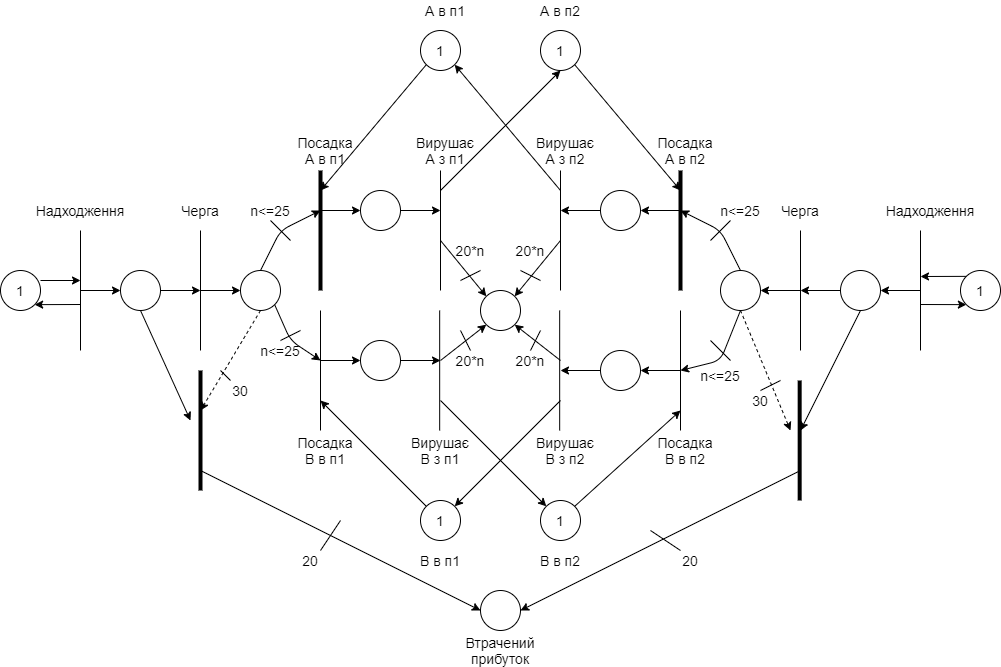
Earlier version of the draw.io export микроавтобусы.png (ojdmytruk/SystemModeling_sem7). Source tidied: cells renumbered, new cells last; positions are measured from the earlier drawing's top-left corner, leaving out a move shared by most shapes.
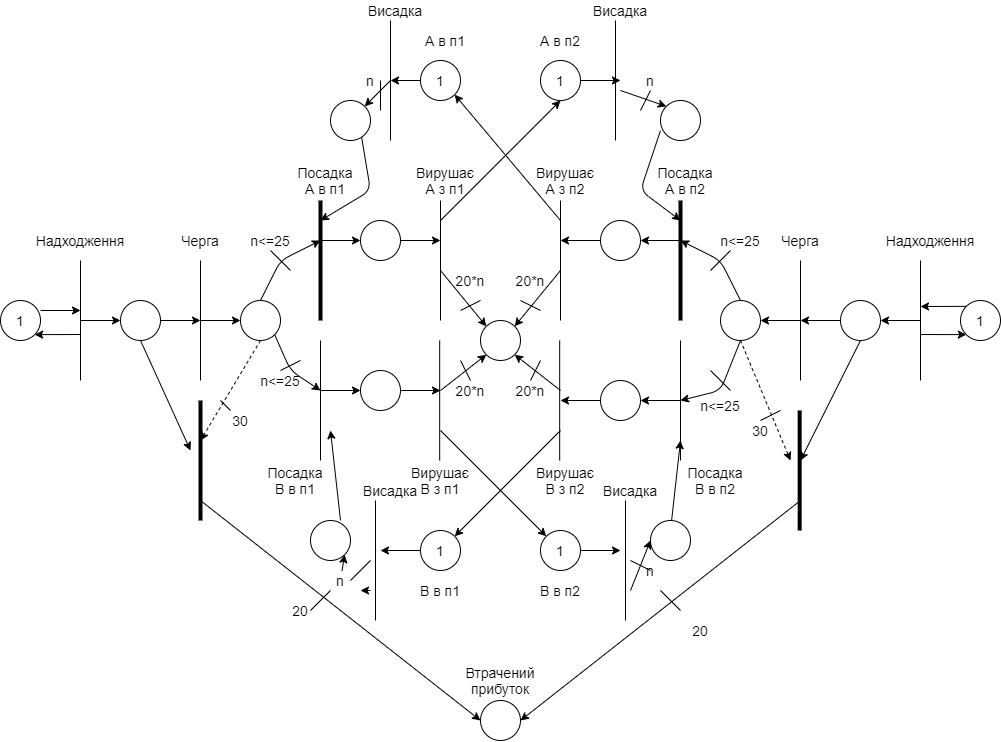
The same diagram one commit later.

Change to the diagram source:
```diff
@@ -139,7 +139,7 @@
       <mxGeometry x="300" y="140" width="50" height="20" as="geometry" />
     </mxCell>
     <mxCell id="29" value="&lt;font style=&quot;font-size: 14px&quot;&gt;Посадка В в п1&lt;/font&gt;" style="text;html=1;strokeColor=none;fillColor=none;align=center;verticalAlign=middle;whiteSpace=wrap;rounded=0;" parent="1" vertex="1">
-      <mxGeometry x="300" y="440" width="50" height="20" as="geometry" />
+      <mxGeometry x="270" y="440" width="50" height="20" as="geometry" />
     </mxCell>
     <mxCell id="30" value="&lt;font style=&quot;font-size: 14px&quot;&gt;Черга&lt;/font&gt;" style="text;html=1;strokeColor=none;fillColor=none;align=center;verticalAlign=middle;whiteSpace=wrap;rounded=0;" parent="1" vertex="1">
       <mxGeometry x="180" y="200" width="40" height="20" as="geometry" />
@@ -206,7 +206,7 @@
       </mxGeometry>
     </mxCell>
     <mxCell id="44" value="&lt;font style=&quot;font-size: 14px&quot;&gt;Посадка В в п2&lt;/font&gt;" style="text;html=1;strokeColor=none;fillColor=none;align=center;verticalAlign=middle;whiteSpace=wrap;rounded=0;" parent="1" vertex="1">
-      <mxGeometry x="660" y="440" width="50" height="20" as="geometry" />
+      <mxGeometry x="690" y="440" width="50" height="20" as="geometry" />
     </mxCell>
     <mxCell id="45" style="endArrow=classic;html=1;strokeWidth=1;exitX=0.5;exitY=1;exitDx=0;exitDy=0;" parent="1" edge="1" source="41">
       <mxGeometry relative="1" as="geometry">
@@ -245,21 +245,11 @@
         <mxPoint x="440" y="190" as="sourcePoint" />
       </mxGeometry>
     </mxCell>
-    <mxCell id="53" style="endArrow=classic;html=1;strokeWidth=1;exitX=1;exitY=1;exitDx=0;exitDy=0;" parent="1" edge="1" source="50">
-      <mxGeometry relative="1" as="geometry">
-        <mxPoint x="680" y="190" as="targetPoint" />
-      </mxGeometry>
-    </mxCell>
     <mxCell id="54" style="endArrow=classic;html=1;strokeWidth=1;entryX=1;entryY=1;entryDx=0;entryDy=0;" parent="1" edge="1" target="51">
       <mxGeometry relative="1" as="geometry">
         <mxPoint x="560" y="190" as="sourcePoint" />
       </mxGeometry>
     </mxCell>
-    <mxCell id="55" style="endArrow=classic;html=1;strokeWidth=1;exitX=0;exitY=1;exitDx=0;exitDy=0;" parent="1" edge="1" source="51">
-      <mxGeometry relative="1" as="geometry">
-        <mxPoint x="320" y="190" as="targetPoint" />
-      </mxGeometry>
-    </mxCell>
     <mxCell id="56" style="endArrow=none;html=1;" parent="1" edge="1">
       <mxGeometry relative="1" as="geometry">
         <mxPoint x="800" y="350" as="sourcePoint" />
@@ -406,21 +396,11 @@
         <mxPoint x="440" y="400" as="sourcePoint" />
       </mxGeometry>
     </mxCell>
-    <mxCell id="89" style="endArrow=classic;html=1;strokeWidth=1;exitX=1;exitY=0;exitDx=0;exitDy=0;" parent="1" edge="1" source="84">
-      <mxGeometry relative="1" as="geometry">
-        <mxPoint x="680" y="410" as="targetPoint" />
-      </mxGeometry>
-    </mxCell>
     <mxCell id="90" style="endArrow=classic;html=1;strokeWidth=1;entryX=1;entryY=0;entryDx=0;entryDy=0;" parent="1" edge="1" target="85">
       <mxGeometry relative="1" as="geometry">
         <mxPoint x="560" y="400" as="sourcePoint" />
       </mxGeometry>
     </mxCell>
-    <mxCell id="91" style="endArrow=classic;html=1;strokeWidth=1;exitX=0;exitY=0;exitDx=0;exitDy=0;" parent="1" edge="1" source="85">
-      <mxGeometry relative="1" as="geometry">
-        <mxPoint x="320" y="400" as="targetPoint" />
-      </mxGeometry>
-    </mxCell>
     <mxCell id="92" style="ellipse;whiteSpace=wrap;html=1;" parent="1" vertex="1">
       <mxGeometry x="480" y="290" width="40" height="40" as="geometry" />
     </mxCell>
@@ -481,7 +461,7 @@
       <mxGeometry x="510" y="350" width="40" height="20" as="geometry" />
     </mxCell>
     <mxCell id="105" style="ellipse;whiteSpace=wrap;html=1;" parent="1" vertex="1">
-      <mxGeometry x="480" y="590" width="40" height="40" as="geometry" />
+      <mxGeometry x="480" y="670" width="40" height="40" as="geometry" />
     </mxCell>
     <mxCell id="106" style="endArrow=classic;html=1;strokeWidth=1;entryX=1;entryY=0.5;entryDx=0;entryDy=0;" parent="1" edge="1" target="105">
       <mxGeometry relative="1" as="geometry">
@@ -495,24 +475,181 @@
     </mxCell>
     <mxCell id="108" style="endArrow=none;html=1;strokeWidth=1;" parent="1" edge="1">
       <mxGeometry relative="1" as="geometry">
-        <mxPoint x="320" y="550" as="sourcePoint" />
-        <mxPoint x="340" y="520" as="targetPoint" />
+        <mxPoint x="310" y="580" as="sourcePoint" />
+        <mxPoint x="330" y="560" as="targetPoint" />
       </mxGeometry>
     </mxCell>
     <mxCell id="109" style="endArrow=none;html=1;strokeWidth=1;" parent="1" edge="1">
       <mxGeometry relative="1" as="geometry">
-        <mxPoint x="680" y="550" as="sourcePoint" />
-        <mxPoint x="650" y="530" as="targetPoint" />
+        <mxPoint x="680" y="580" as="sourcePoint" />
+        <mxPoint x="660" y="560" as="targetPoint" />
       </mxGeometry>
     </mxCell>
     <mxCell id="110" value="&lt;font style=&quot;font-size: 14px&quot;&gt;Втрачений прибуток&lt;br&gt;&lt;/font&gt;" style="text;html=1;strokeColor=none;fillColor=none;align=center;verticalAlign=middle;whiteSpace=wrap;rounded=0;" parent="1" vertex="1">
       <mxGeometry x="480" y="640" width="40" height="20" as="geometry" />
     </mxCell>
     <mxCell id="111" value="&lt;span style=&quot;font-size: 14px&quot;&gt;20&lt;/span&gt;" style="text;html=1;strokeColor=none;fillColor=none;align=center;verticalAlign=middle;whiteSpace=wrap;rounded=0;" parent="1" vertex="1">
-      <mxGeometry x="290" y="550" width="40" height="20" as="geometry" />
+      <mxGeometry x="280" y="570" width="40" height="20" as="geometry" />
     </mxCell>
     <mxCell id="112" value="&lt;span style=&quot;font-size: 14px&quot;&gt;20&lt;/span&gt;" style="text;html=1;strokeColor=none;fillColor=none;align=center;verticalAlign=middle;whiteSpace=wrap;rounded=0;" parent="1" vertex="1">
-      <mxGeometry x="670" y="550" width="40" height="20" as="geometry" />
+      <mxGeometry x="680" y="590" width="40" height="20" as="geometry" />
     </mxCell>
+    <mxCell id="113" style="endArrow=none;html=1;" parent="1" edge="1">
+      <mxGeometry relative="1" as="geometry">
+        <mxPoint x="390" y="110" as="sourcePoint" />
+        <mxPoint x="390" y="-10" as="targetPoint" />
+      </mxGeometry>
+    </mxCell>
+    <mxCell id="114" value="&lt;font style=&quot;font-size: 14px&quot;&gt;Висадка&lt;/font&gt;" style="text;html=1;strokeColor=none;fillColor=none;align=center;verticalAlign=middle;whiteSpace=wrap;rounded=0;" parent="1" vertex="1">
+      <mxGeometry x="375" y="-30" width="40" height="20" as="geometry" />
+    </mxCell>
+    <mxCell id="115" style="endArrow=none;html=1;" parent="1" edge="1">
+      <mxGeometry relative="1" as="geometry">
+        <mxPoint x="615" y="110" as="sourcePoint" />
+        <mxPoint x="615" y="-10" as="targetPoint" />
+      </mxGeometry>
+    </mxCell>
+    <mxCell id="116" value="&lt;font style=&quot;font-size: 14px&quot;&gt;Висадка&lt;/font&gt;" style="text;html=1;strokeColor=none;fillColor=none;align=center;verticalAlign=middle;whiteSpace=wrap;rounded=0;" parent="1" vertex="1">
+      <mxGeometry x="600" y="-30" width="40" height="20" as="geometry" />
+    </mxCell>
+    <mxCell id="117" style="endArrow=none;html=1;" parent="1" edge="1">
+      <mxGeometry relative="1" as="geometry">
+        <mxPoint x="375" y="590" as="sourcePoint" />
+        <mxPoint x="375" y="470" as="targetPoint" />
+      </mxGeometry>
+    </mxCell>
+    <mxCell id="118" value="&lt;font style=&quot;font-size: 14px&quot;&gt;Висадка&lt;/font&gt;" style="text;html=1;strokeColor=none;fillColor=none;align=center;verticalAlign=middle;whiteSpace=wrap;rounded=0;" parent="1" vertex="1">
+      <mxGeometry x="370" y="450" width="40" height="20" as="geometry" />
+    </mxCell>
+    <mxCell id="119" style="endArrow=none;html=1;" parent="1" edge="1">
+      <mxGeometry relative="1" as="geometry">
+        <mxPoint x="625" y="590" as="sourcePoint" />
+        <mxPoint x="625" y="470" as="targetPoint" />
+      </mxGeometry>
+    </mxCell>
+    <mxCell id="120" value="&lt;font style=&quot;font-size: 14px&quot;&gt;Висадка&lt;/font&gt;" style="text;html=1;strokeColor=none;fillColor=none;align=center;verticalAlign=middle;whiteSpace=wrap;rounded=0;" parent="1" vertex="1">
+      <mxGeometry x="610" y="450" width="40" height="20" as="geometry" />
+    </mxCell>
+    <mxCell id="121" style="endArrow=classic;html=1;strokeWidth=1;exitX=0;exitY=0.5;exitDx=0;exitDy=0;" parent="1" edge="1" source="51">
+      <mxGeometry relative="1" as="geometry">
+        <mxPoint x="390" y="50" as="targetPoint" />
+      </mxGeometry>
+    </mxCell>
+    <mxCell id="122" style="endArrow=classic;html=1;strokeWidth=1;" parent="1" edge="1">
+      <mxGeometry relative="1" as="geometry">
+        <mxPoint x="360" y="100" as="sourcePoint" />
+        <mxPoint x="320" y="190" as="targetPoint" />
+        <Array as="points">
+          <mxPoint x="370" y="160" />
+        </Array>
+      </mxGeometry>
+    </mxCell>
+    <mxCell id="123" style="endArrow=classic;html=1;strokeWidth=1;exitX=1;exitY=0.5;exitDx=0;exitDy=0;" parent="1" edge="1" source="50">
+      <mxGeometry relative="1" as="geometry">
+        <mxPoint x="620" y="50" as="targetPoint" />
+      </mxGeometry>
+    </mxCell>
+    <mxCell id="124" style="endArrow=classic;html=1;strokeWidth=1;" parent="1" edge="1">
+      <mxGeometry relative="1" as="geometry">
+        <mxPoint x="660" y="100" as="sourcePoint" />
+        <mxPoint x="680" y="190" as="targetPoint" />
+        <Array as="points">
+          <mxPoint x="640" y="160" />
+        </Array>
+      </mxGeometry>
+    </mxCell>
+    <mxCell id="125" style="endArrow=classic;html=1;strokeWidth=1;exitX=0;exitY=0.5;exitDx=0;exitDy=0;" parent="1" edge="1" source="85">
+      <mxGeometry relative="1" as="geometry">
+        <mxPoint x="380" y="520" as="targetPoint" />
+      </mxGeometry>
+    </mxCell>
+    <mxCell id="126" style="endArrow=classic;html=1;strokeWidth=1;" parent="1" edge="1">
+      <mxGeometry relative="1" as="geometry">
+        <mxPoint x="340" y="490" as="sourcePoint" />
+        <mxPoint x="330" y="400" as="targetPoint" />
+      </mxGeometry>
+    </mxCell>
+    <mxCell id="127" style="endArrow=classic;html=1;strokeWidth=1;exitX=1;exitY=0.5;exitDx=0;exitDy=0;" parent="1" edge="1" source="84">
+      <mxGeometry relative="1" as="geometry">
+        <mxPoint x="620" y="520" as="targetPoint" />
+      </mxGeometry>
+    </mxCell>
+    <mxCell id="128" style="endArrow=classic;html=1;strokeWidth=1;" parent="1" edge="1">
+      <mxGeometry relative="1" as="geometry">
+        <mxPoint x="670" y="500" as="sourcePoint" />
+        <mxPoint x="680" y="410" as="targetPoint" />
+      </mxGeometry>
+    </mxCell>
+    <mxCell id="129" style="ellipse;whiteSpace=wrap;html=1;" parent="1" vertex="1">
+      <mxGeometry x="660" y="70" width="40" height="40" as="geometry" />
+    </mxCell>
+    <mxCell id="130" style="ellipse;whiteSpace=wrap;html=1;" parent="1" vertex="1">
+      <mxGeometry x="330" y="70" width="40" height="40" as="geometry" />
+    </mxCell>
+    <mxCell id="131" style="ellipse;whiteSpace=wrap;html=1;" parent="1" vertex="1">
+      <mxGeometry x="310" y="490" width="40" height="40" as="geometry" />
+    </mxCell>
+    <mxCell id="132" style="ellipse;whiteSpace=wrap;html=1;" parent="1" vertex="1">
+      <mxGeometry x="650" y="490" width="40" height="40" as="geometry" />
+    </mxCell>
+    <mxCell id="133" style="endArrow=classic;html=1;strokeWidth=1;entryX=1;entryY=0;entryDx=0;entryDy=0;" parent="1" edge="1" target="130">
+      <mxGeometry relative="1" as="geometry">
+        <mxPoint x="390" y="50" as="sourcePoint" />
+      </mxGeometry>
+    </mxCell>
+    <mxCell id="134" style="endArrow=classic;html=1;strokeWidth=1;entryX=0;entryY=0;entryDx=0;entryDy=0;" parent="1" edge="1" target="129">
+      <mxGeometry relative="1" as="geometry">
+        <mxPoint x="620" y="60" as="sourcePoint" />
+      </mxGeometry>
+    </mxCell>
+    <mxCell id="135" style="endArrow=classic;html=1;strokeWidth=1;entryX=0;entryY=0.5;entryDx=0;entryDy=0;" parent="1" edge="1" target="132">
+      <mxGeometry relative="1" as="geometry">
+        <mxPoint x="630" y="560" as="sourcePoint" />
+      </mxGeometry>
+    </mxCell>
+    <mxCell id="136" style="endArrow=classic;html=1;strokeWidth=1;entryX=1;entryY=1;entryDx=0;entryDy=0;" parent="1" edge="1" source="143" target="131">
+      <mxGeometry relative="1" as="geometry" />
+    </mxCell>
+    <mxCell id="137" style="endArrow=none;html=1;strokeWidth=1;" parent="1" edge="1">
+      <mxGeometry relative="1" as="geometry">
+        <mxPoint x="350" y="550" as="sourcePoint" />
+        <mxPoint x="370" y="530" as="targetPoint" />
+      </mxGeometry>
+    </mxCell>
+    <mxCell id="138" style="endArrow=none;html=1;strokeWidth=1;" parent="1" edge="1">
+      <mxGeometry relative="1" as="geometry">
+        <mxPoint x="650" y="540" as="sourcePoint" />
+        <mxPoint x="630" y="530" as="targetPoint" />
+      </mxGeometry>
+    </mxCell>
+    <mxCell id="139" style="endArrow=none;html=1;strokeWidth=1;" parent="1" edge="1">
+      <mxGeometry relative="1" as="geometry">
+        <mxPoint x="380" y="50" as="sourcePoint" />
+        <mxPoint x="380" y="80" as="targetPoint" />
+      </mxGeometry>
+    </mxCell>
+    <mxCell id="140" style="endArrow=none;html=1;strokeWidth=1;" parent="1" edge="1">
+      <mxGeometry relative="1" as="geometry">
+        <mxPoint x="640" y="80" as="sourcePoint" />
+        <mxPoint x="650" y="60" as="targetPoint" />
+      </mxGeometry>
+    </mxCell>
+    <mxCell id="141" value="&lt;span style=&quot;font-size: 14px&quot;&gt;n&lt;/span&gt;" style="text;html=1;strokeColor=none;fillColor=none;align=center;verticalAlign=middle;whiteSpace=wrap;rounded=0;" parent="1" vertex="1">
+      <mxGeometry x="350" y="40" width="40" height="20" as="geometry" />
+    </mxCell>
+    <mxCell id="142" value="&lt;span style=&quot;font-size: 14px&quot;&gt;n&lt;/span&gt;" style="text;html=1;strokeColor=none;fillColor=none;align=center;verticalAlign=middle;whiteSpace=wrap;rounded=0;" parent="1" vertex="1">
+      <mxGeometry x="630" y="40" width="40" height="20" as="geometry" />
+    </mxCell>
+    <mxCell id="143" value="&lt;span style=&quot;font-size: 14px&quot;&gt;n&lt;/span&gt;" style="text;html=1;strokeColor=none;fillColor=none;align=center;verticalAlign=middle;whiteSpace=wrap;rounded=0;" parent="1" vertex="1">
+      <mxGeometry x="320" y="540" width="40" height="20" as="geometry" />
+    </mxCell>
+    <mxCell id="144" style="endArrow=classic;html=1;strokeWidth=1;entryX=1;entryY=1;entryDx=0;entryDy=0;" parent="1" edge="1" target="143">
+      <mxGeometry relative="1" as="geometry">
+        <mxPoint x="370" y="560" as="sourcePoint" />
+      </mxGeometry>
+    </mxCell>
+    <mxCell id="145" value="&lt;span style=&quot;font-size: 14px&quot;&gt;n&lt;/span&gt;" style="text;html=1;strokeColor=none;fillColor=none;align=center;verticalAlign=middle;whiteSpace=wrap;rounded=0;" parent="1" vertex="1">
+      <mxGeometry x="630" y="530" width="40" height="20" as="geometry" />
+    </mxCell>
   </root>
 </mxGraphModel>
```
